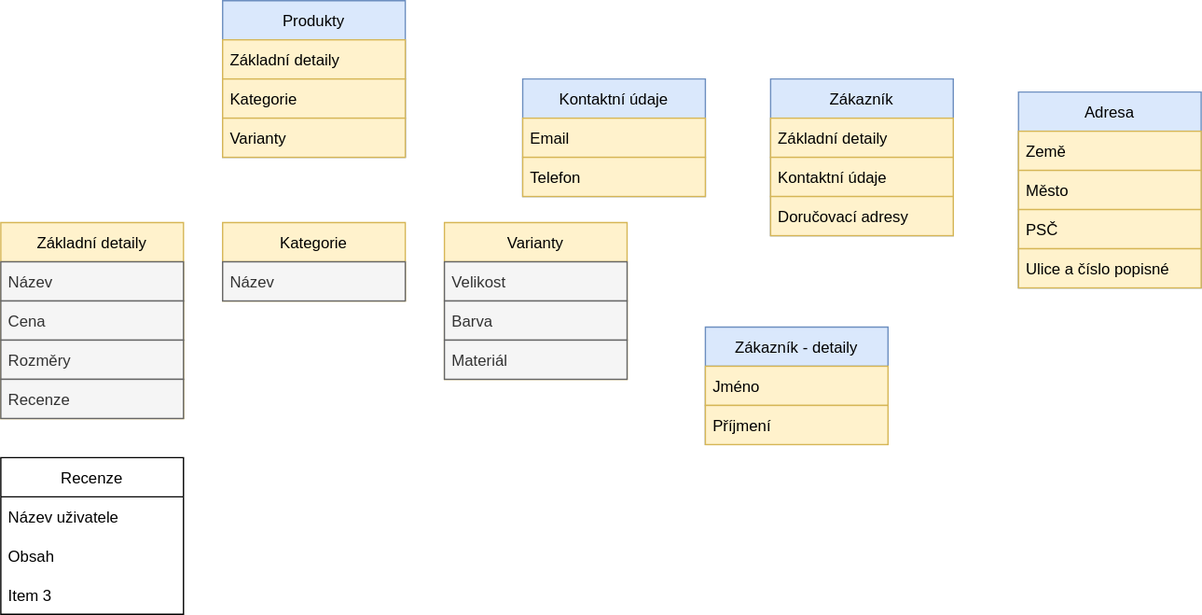
Above: Eshop.drawio.svg in TomasKelbasa/diagrams.net (draw.io), before the change. Source tidied: cells renumbered, new cells last; positions are measured from the earlier drawing's top-left corner, leaving out a move shared by most shapes.
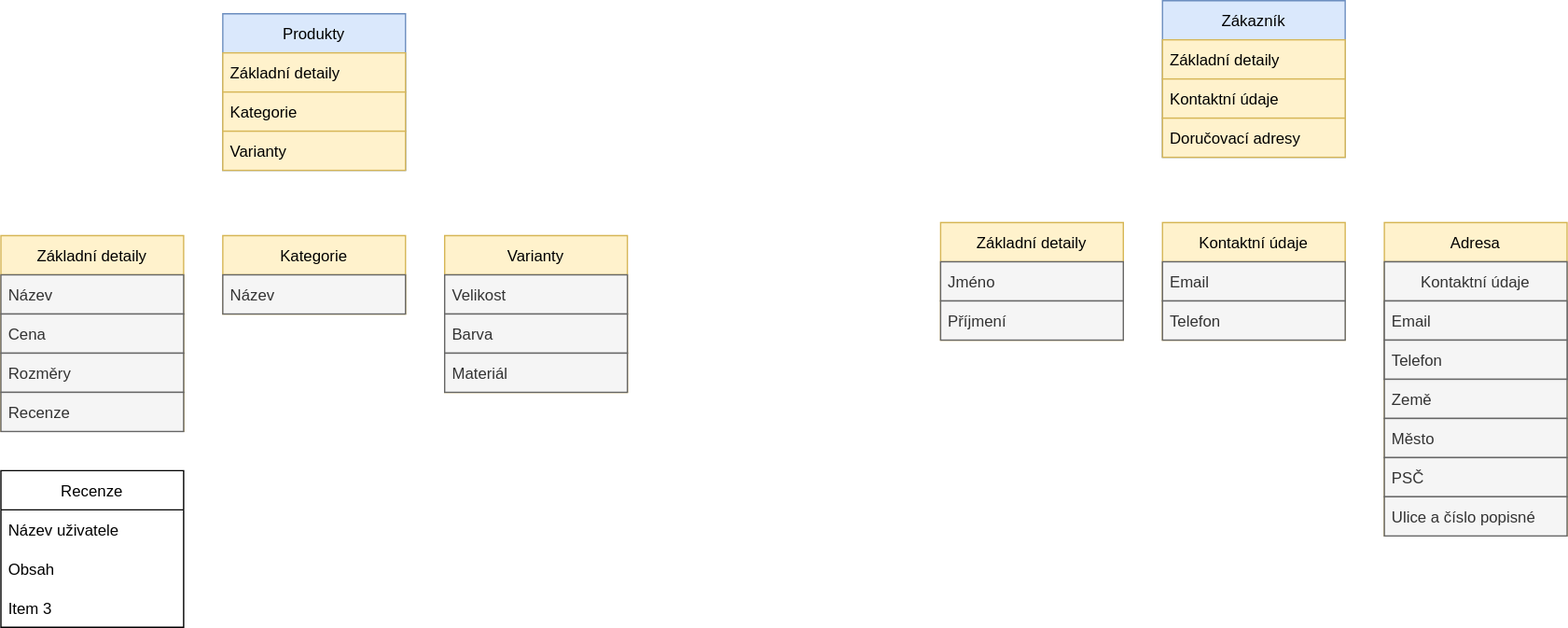
After the change.

Change to the diagram source:
```diff
@@ -15,7 +15,7 @@
       <mxGeometry y="90" width="140" height="30" as="geometry" />
     </mxCell>
     <mxCell id="6" value="Zákazník" style="swimlane;fontStyle=0;horizontal=1;startSize=30;fillColor=#dae8fc;strokeColor=#6c8ebf;" parent="1" vertex="1">
-      <mxGeometry x="590" y="60" width="140" height="120" as="geometry" />
+      <mxGeometry x="890" y="-10" width="140" height="120" as="geometry" />
     </mxCell>
     <mxCell id="7" value="Základní detaily" style="text;strokeColor=#d6b656;fillColor=#fff2cc;align=left;verticalAlign=middle;spacingLeft=4;spacingRight=4;overflow=hidden;" parent="6" vertex="1">
       <mxGeometry y="30" width="140" height="30" as="geometry" />
@@ -59,38 +59,47 @@
     <mxCell id="20" value="Název" style="text;strokeColor=#666666;fillColor=#f5f5f5;align=left;verticalAlign=middle;spacingLeft=4;spacingRight=4;overflow=hidden;fontColor=#333333;" parent="19" vertex="1">
       <mxGeometry y="30" width="140" height="30" as="geometry" />
     </mxCell>
-    <mxCell id="21" value="Zákazník - detaily" style="swimlane;fontStyle=0;horizontal=1;startSize=30;fillColor=#dae8fc;strokeColor=#6c8ebf;" parent="1" vertex="1">
-      <mxGeometry x="540" y="250" width="140" height="90" as="geometry" />
+    <mxCell id="21" value="Základní detaily" style="swimlane;fontStyle=0;horizontal=1;startSize=30;fillColor=#fff2cc;strokeColor=#d6b656;" parent="1" vertex="1">
+      <mxGeometry x="720" y="160" width="140" height="90" as="geometry" />
     </mxCell>
-    <mxCell id="22" value="Jméno" style="text;strokeColor=#d6b656;fillColor=#fff2cc;align=left;verticalAlign=middle;spacingLeft=4;spacingRight=4;overflow=hidden;" parent="21" vertex="1">
+    <mxCell id="22" value="Jméno" style="text;strokeColor=#666666;fillColor=#f5f5f5;align=left;verticalAlign=middle;spacingLeft=4;spacingRight=4;overflow=hidden;fontColor=#333333;" parent="21" vertex="1">
       <mxGeometry y="30" width="140" height="30" as="geometry" />
     </mxCell>
-    <mxCell id="23" value="Příjmení" style="text;strokeColor=#d6b656;fillColor=#fff2cc;align=left;verticalAlign=middle;spacingLeft=4;spacingRight=4;overflow=hidden;" parent="21" vertex="1">
+    <mxCell id="23" value="Příjmení" style="text;strokeColor=#666666;fillColor=#f5f5f5;align=left;verticalAlign=middle;spacingLeft=4;spacingRight=4;overflow=hidden;fontColor=#333333;" parent="21" vertex="1">
       <mxGeometry y="60" width="140" height="30" as="geometry" />
     </mxCell>
-    <mxCell id="24" value="Kontaktní údaje" style="swimlane;fontStyle=0;horizontal=1;startSize=30;fillColor=#dae8fc;strokeColor=#6c8ebf;" parent="1" vertex="1">
-      <mxGeometry x="400" y="60" width="140" height="90" as="geometry" />
+    <mxCell id="24" value="Kontaktní údaje" style="swimlane;fontStyle=0;horizontal=1;startSize=30;fillColor=#fff2cc;strokeColor=#d6b656;" parent="1" vertex="1">
+      <mxGeometry x="890" y="160" width="140" height="90" as="geometry" />
     </mxCell>
-    <mxCell id="25" value="Email" style="text;strokeColor=#d6b656;fillColor=#fff2cc;align=left;verticalAlign=middle;spacingLeft=4;spacingRight=4;overflow=hidden;" parent="24" vertex="1">
+    <mxCell id="25" value="Email" style="text;strokeColor=#666666;fillColor=#f5f5f5;align=left;verticalAlign=middle;spacingLeft=4;spacingRight=4;overflow=hidden;fontColor=#333333;" parent="24" vertex="1">
       <mxGeometry y="30" width="140" height="30" as="geometry" />
     </mxCell>
-    <mxCell id="26" value="Telefon" style="text;strokeColor=#d6b656;fillColor=#fff2cc;align=left;verticalAlign=middle;spacingLeft=4;spacingRight=4;overflow=hidden;" parent="24" vertex="1">
+    <mxCell id="26" value="Telefon" style="text;strokeColor=#666666;fillColor=#f5f5f5;align=left;verticalAlign=middle;spacingLeft=4;spacingRight=4;overflow=hidden;fontColor=#333333;" parent="24" vertex="1">
       <mxGeometry y="60" width="140" height="30" as="geometry" />
     </mxCell>
-    <mxCell id="27" value="Adresa" style="swimlane;fontStyle=0;horizontal=1;startSize=30;fillColor=#dae8fc;strokeColor=#6c8ebf;" parent="1" vertex="1">
-      <mxGeometry x="780" y="70" width="140" height="150" as="geometry" />
+    <mxCell id="27" value="Adresa" style="swimlane;fontStyle=0;horizontal=1;startSize=30;fillColor=#fff2cc;strokeColor=#d6b656;" parent="1" vertex="1">
+      <mxGeometry x="1060" y="160" width="140" height="240" as="geometry" />
     </mxCell>
+    <mxCell id="36" value="Kontaktní údaje" style="swimlane;fontStyle=0;horizontal=1;startSize=30;fillColor=#f5f5f5;strokeColor=#666666;fontColor=#333333;" parent="27" vertex="1">
+      <mxGeometry y="30" width="140" height="90" as="geometry" />
+    </mxCell>
+    <mxCell id="37" value="Email" style="text;strokeColor=#666666;fillColor=#f5f5f5;align=left;verticalAlign=middle;spacingLeft=4;spacingRight=4;overflow=hidden;fontColor=#333333;" parent="36" vertex="1">
+      <mxGeometry y="30" width="140" height="30" as="geometry" />
+    </mxCell>
+    <mxCell id="38" value="Telefon" style="text;strokeColor=#666666;fillColor=#f5f5f5;align=left;verticalAlign=middle;spacingLeft=4;spacingRight=4;overflow=hidden;fontColor=#333333;" parent="36" vertex="1">
+      <mxGeometry y="60" width="140" height="30" as="geometry" />
+    </mxCell>
-    <mxCell id="28" value="Země" style="text;strokeColor=#d6b656;fillColor=#fff2cc;align=left;verticalAlign=middle;spacingLeft=4;spacingRight=4;overflow=hidden;" parent="27" vertex="1">
-      <mxGeometry y="30" width="140" height="30" as="geometry" />
+    <mxCell id="28" value="Země" style="text;strokeColor=#666666;fillColor=#f5f5f5;align=left;verticalAlign=middle;spacingLeft=4;spacingRight=4;overflow=hidden;fontColor=#333333;" parent="27" vertex="1">
+      <mxGeometry y="120" width="140" height="30" as="geometry" />
     </mxCell>
-    <mxCell id="29" value="Město" style="text;strokeColor=#d6b656;fillColor=#fff2cc;align=left;verticalAlign=middle;spacingLeft=4;spacingRight=4;overflow=hidden;" parent="27" vertex="1">
-      <mxGeometry y="60" width="140" height="30" as="geometry" />
+    <mxCell id="29" value="Město" style="text;strokeColor=#666666;fillColor=#f5f5f5;align=left;verticalAlign=middle;spacingLeft=4;spacingRight=4;overflow=hidden;fontColor=#333333;" parent="27" vertex="1">
+      <mxGeometry y="150" width="140" height="30" as="geometry" />
     </mxCell>
-    <mxCell id="30" value="PSČ" style="text;strokeColor=#d6b656;fillColor=#fff2cc;align=left;verticalAlign=middle;spacingLeft=4;spacingRight=4;overflow=hidden;" parent="27" vertex="1">
-      <mxGeometry y="90" width="140" height="30" as="geometry" />
+    <mxCell id="30" value="PSČ" style="text;strokeColor=#666666;fillColor=#f5f5f5;align=left;verticalAlign=middle;spacingLeft=4;spacingRight=4;overflow=hidden;fontColor=#333333;" parent="27" vertex="1">
+      <mxGeometry y="180" width="140" height="30" as="geometry" />
     </mxCell>
-    <mxCell id="31" value="Ulice a číslo popisné" style="text;strokeColor=#d6b656;fillColor=#fff2cc;align=left;verticalAlign=middle;spacingLeft=4;spacingRight=4;overflow=hidden;" parent="27" vertex="1">
-      <mxGeometry y="120" width="140" height="30" as="geometry" />
+    <mxCell id="31" value="Ulice a číslo popisné" style="text;strokeColor=#666666;fillColor=#f5f5f5;align=left;verticalAlign=middle;spacingLeft=4;spacingRight=4;overflow=hidden;fontColor=#333333;" parent="27" vertex="1">
+      <mxGeometry y="210" width="140" height="30" as="geometry" />
     </mxCell>
     <mxCell id="32" value="Varianty" style="swimlane;fontStyle=0;horizontal=1;startSize=30;fillColor=#fff2cc;strokeColor=#d6b656;" parent="1" vertex="1">
       <mxGeometry x="340" y="170" width="140" height="120" as="geometry" />
```
